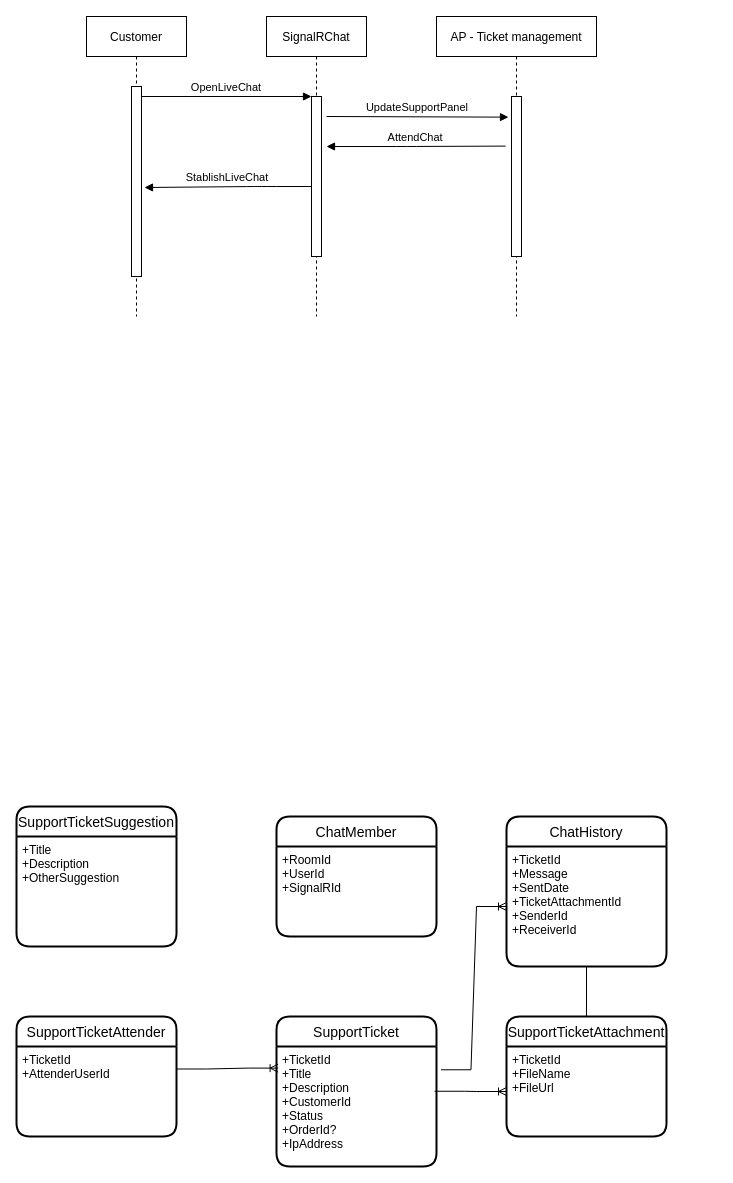
Above: CX/Untitled Diagram.drawio in breakpoint-software/diagrams (draw.io), before the change. Source tidied: cells renumbered, new cells numbered last; positions are measured from the earlier drawing's top-left corner, leaving out a move shared by most shapes. Both pictures are drawn from the tidied source at 100%, with x=0, y=0 at pixel (16, 16).
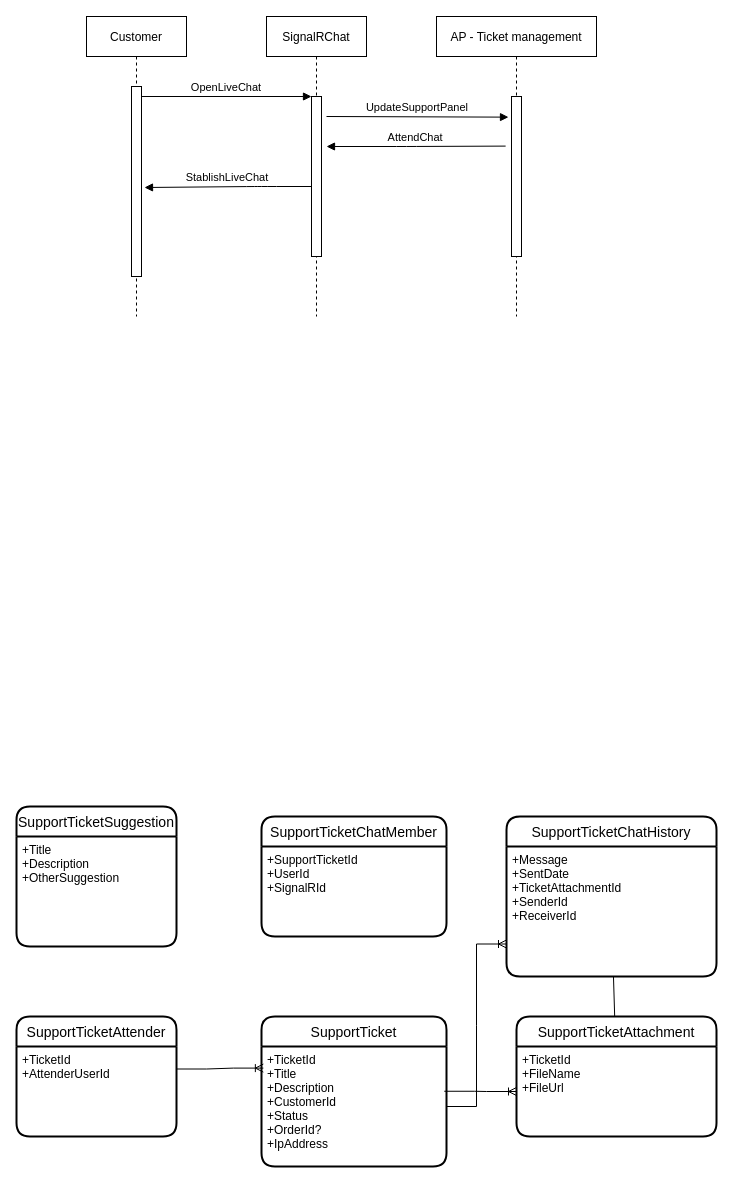
After the change.

Change to the diagram source:
```diff
@@
     <mxCell id="8" value="SupportTicket" style="swimlane;horizontal=1;startSize=30;rounded=1;fontSize=14;fontStyle=0;strokeWidth=2;shadow=0;dashed=0;align=center;" parent="1" vertex="1">
-      <mxGeometry x="260" y="1000" width="160" height="150" as="geometry" />
+      <mxGeometry x="245" y="1000" width="185" height="150" as="geometry" />
     </mxCell>
     <mxCell id="9" value="+TicketId&#10;+Title&#10;+Description&#10;+CustomerId&#10;+Status&#10;+OrderId?&#10;+IpAddress&#10;" style="align=left;strokeColor=none;fillColor=none;spacingLeft=4;fontSize=12;verticalAlign=top;" parent="8" vertex="1">
-      <mxGeometry y="30" width="160" height="120" as="geometry" />
+      <mxGeometry y="30" width="185" height="120" as="geometry" />
     </mxCell>
     <mxCell id="10" value="SupportTicketAttachment" style="swimlane;horizontal=1;startSize=30;rounded=1;fontSize=14;fontStyle=0;strokeWidth=2;shadow=0;dashed=0;align=center;" parent="1" vertex="1">
-      <mxGeometry x="490" y="1000" width="160" height="120" as="geometry" />
+      <mxGeometry x="500" y="1000" width="200" height="120" as="geometry" />
     </mxCell>
     <mxCell id="11" value="+TicketId&#10;+FileName&#10;+FileUrl&#10;" style="align=left;strokeColor=none;fillColor=none;spacingLeft=4;fontSize=12;verticalAlign=top;" parent="10" vertex="1">
-      <mxGeometry y="30" width="160" height="90" as="geometry" />
+      <mxGeometry y="30" width="200" height="90" as="geometry" />
     </mxCell>
-    <mxCell id="12" value="ChatHistory" style="swimlane;horizontal=1;startSize=30;rounded=1;fontSize=14;fontStyle=0;strokeWidth=2;shadow=0;dashed=0;align=center;" parent="1" vertex="1">
-      <mxGeometry x="490" y="800" width="160" height="150" as="geometry" />
+    <mxCell id="12" value="SupportTicketChatHistory" style="swimlane;horizontal=1;startSize=30;rounded=1;fontSize=14;fontStyle=0;strokeWidth=2;shadow=0;dashed=0;align=center;" parent="1" vertex="1">
+      <mxGeometry x="490" y="800" width="210" height="160" as="geometry" />
     </mxCell>
-    <mxCell id="13" value="+TicketId&#10;+Message&#10;+SentDate&#10;+TicketAttachmentId&#10;+SenderId&#10;+ReceiverId" style="align=left;strokeColor=none;fillColor=none;spacingLeft=4;fontSize=12;verticalAlign=top;" parent="12" vertex="1">
-      <mxGeometry y="30" width="160" height="120" as="geometry" />
+    <mxCell id="13" value="+Message&#10;+SentDate&#10;+TicketAttachmentId&#10;+SenderId&#10;+ReceiverId" style="align=left;strokeColor=none;fillColor=none;spacingLeft=4;fontSize=12;verticalAlign=top;" parent="12" vertex="1">
+      <mxGeometry y="30" width="210" height="130" as="geometry" />
     </mxCell>
-    <mxCell id="14" style="edgeStyle=entityRelationEdgeStyle;fontSize=12;html=1;endArrow=ERoneToMany;rounded=0;exitX=1.028;exitY=0.194;exitDx=0;exitDy=0;exitPerimeter=0;" parent="1" edge="1" source="9" target="13">
+    <mxCell id="14" style="edgeStyle=entityRelationEdgeStyle;fontSize=12;html=1;endArrow=ERoneToMany;rounded=0;entryX=0;entryY=0.75;entryDx=0;entryDy=0;" parent="1" edge="1" source="9" target="13">
       <mxGeometry relative="1" as="geometry" />
     </mxCell>
@@
-    <mxCell id="26" value="ChatMember" style="swimlane;horizontal=1;startSize=30;rounded=1;fontSize=14;fontStyle=0;strokeWidth=2;shadow=0;dashed=0;align=center;" parent="1" vertex="1">
-      <mxGeometry x="260" y="800" width="160" height="120" as="geometry" />
+    <mxCell id="26" value="SupportTicketChatMember" style="swimlane;horizontal=1;startSize=30;rounded=1;fontSize=14;fontStyle=0;strokeWidth=2;shadow=0;dashed=0;align=center;" parent="1" vertex="1">
+      <mxGeometry x="245" y="800" width="185" height="120" as="geometry" />
     </mxCell>
-    <mxCell id="27" value="+RoomId&#10;+UserId&#10;+SignalRId" style="align=left;strokeColor=none;fillColor=none;spacingLeft=4;fontSize=12;verticalAlign=top;" parent="26" vertex="1">
-      <mxGeometry y="30" width="160" height="90" as="geometry" />
+    <mxCell id="27" value="+SupportTicketId&#10;+UserId&#10;+SignalRId" style="align=left;strokeColor=none;fillColor=none;spacingLeft=4;fontSize=12;verticalAlign=top;" parent="26" vertex="1">
+      <mxGeometry y="30" width="185" height="90" as="geometry" />
     </mxCell>
```
